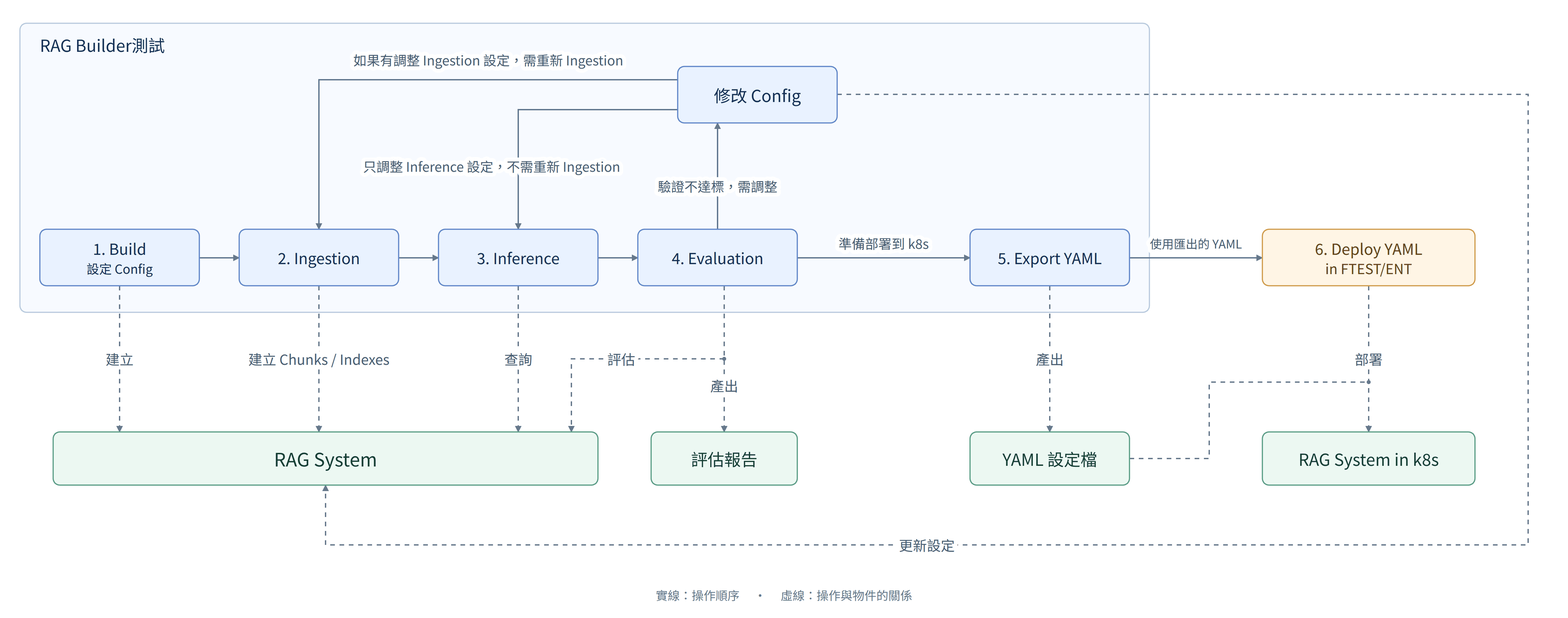
This is diagrams/01_user_system_l1.png from SunnyWenwen/rag_platform, a Mermaid export, as it was before one commit. Its source is kept beside it as diagrams/01_user_system_l1.mmd.
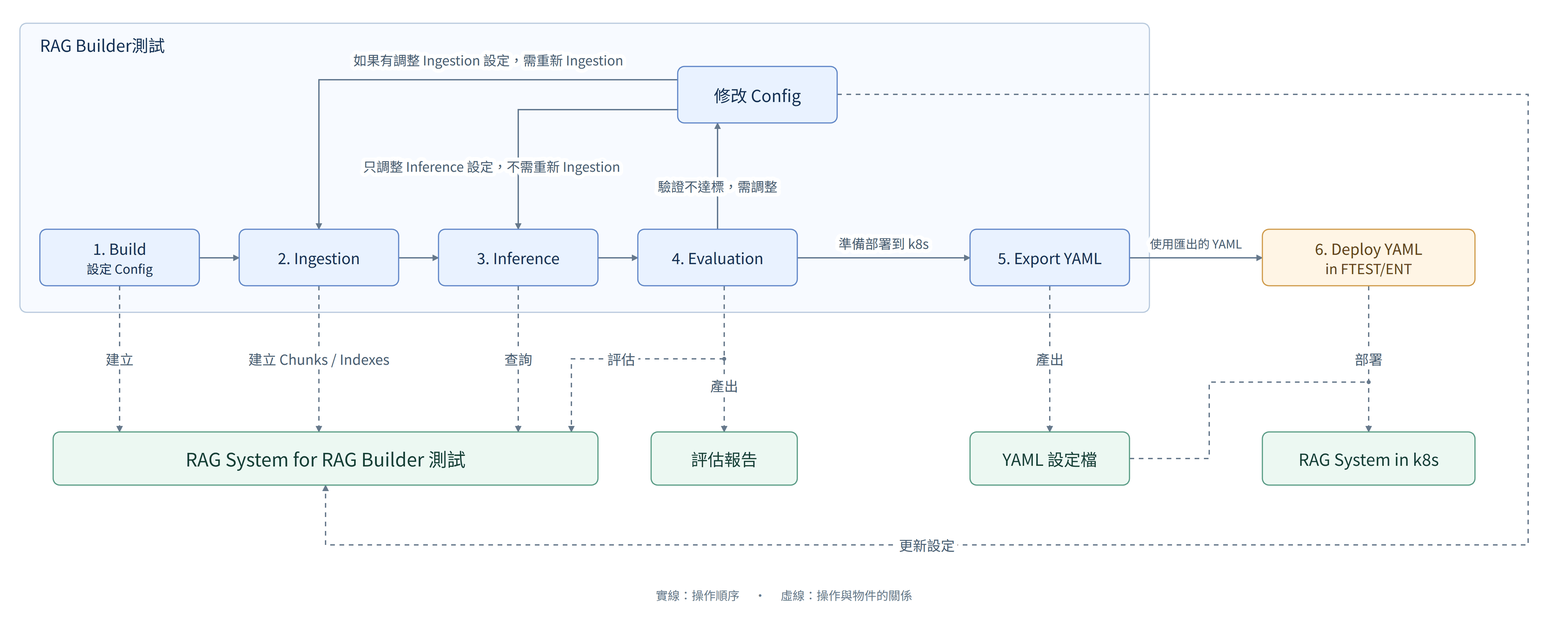
After the commit.

Commit message:
docs: clarify RAG System label for Builder testing

What changed in the source:
```diff
@@ -16,7 +16,7 @@
     K["RAG System in k8s"]
     D -. 部署 .-> K
 
-    S["RAG System"]
+    S["RAG System for RAG Builder 測試"]
     R["評估報告"]
     Y["YAML 設定檔"]
 
```
